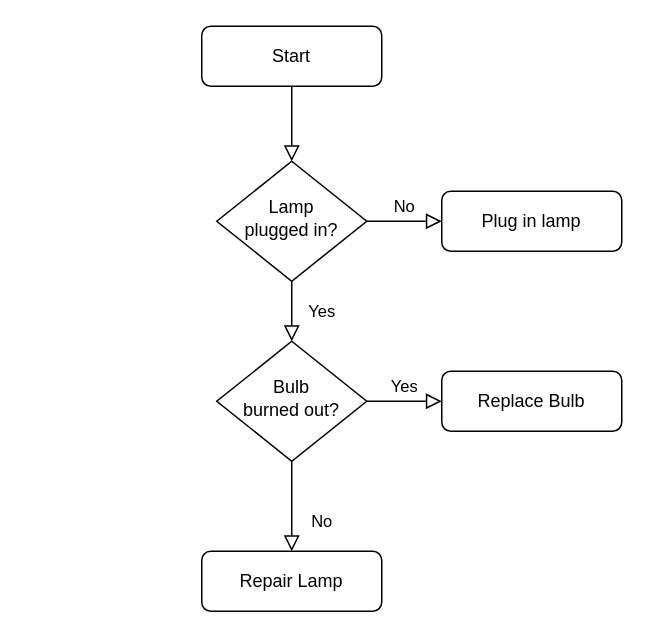
Earlier version of the draw.io diagram Biểu đồ không có tiêu đề.drawio (donguyenphu/Material_handling_robot). Source tidied: cells renumbered, new cells numbered last; positions are measured from the earlier drawing's top-left corner, leaving out a move shared by most shapes. Both pictures are drawn from the tidied source at 150%, with x=0, y=0 at pixel (201, 26).
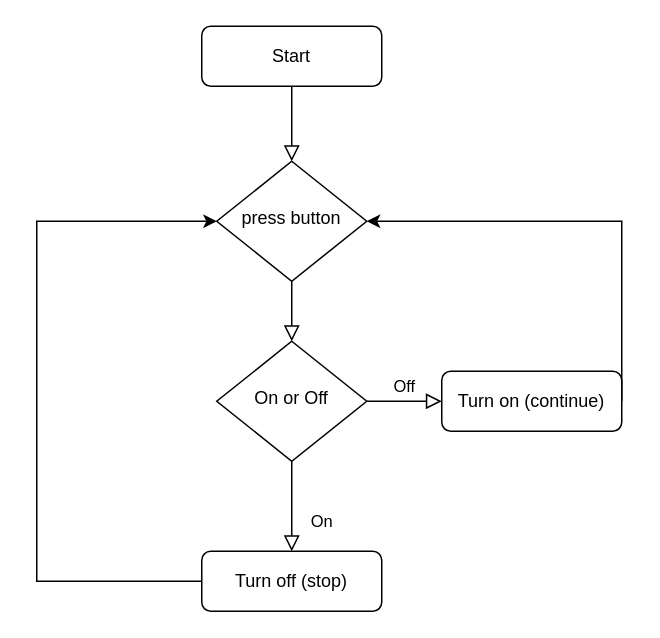
The same page after the edit.

Commit message:
Cập nhật Biểu đồ không có tiêu đề.drawio

What changed in the source:
```diff
@@
 <mxGraphModel>
   <root>
     <mxCell id="0" />
     <mxCell id="1" parent="0" />
     <mxCell id="2" style="rounded=0;html=1;jettySize=auto;fontSize=11;endArrow=block;endFill=0;endSize=8;strokeWidth=1;shadow=0;labelBackgroundColor=none;edgeStyle=orthogonalEdgeStyle;" parent="1" edge="1" source="3" target="6">
       <mxGeometry relative="1" as="geometry" />
     </mxCell>
     <mxCell id="3" value="Start" style="rounded=1;whiteSpace=wrap;html=1;fontSize=12;glass=0;strokeWidth=1;shadow=0;" parent="1" vertex="1">
       <mxGeometry width="120" height="40" as="geometry" />
     </mxCell>
-    <mxCell id="4" value="Yes" style="rounded=0;html=1;jettySize=auto;fontSize=11;endArrow=block;endFill=0;endSize=8;strokeWidth=1;shadow=0;labelBackgroundColor=none;edgeStyle=orthogonalEdgeStyle;" parent="1" edge="1" source="6" target="10">
+    <mxCell id="4" style="rounded=0;html=1;jettySize=auto;fontSize=11;endArrow=block;endFill=0;endSize=8;strokeWidth=1;shadow=0;labelBackgroundColor=none;edgeStyle=orthogonalEdgeStyle;" parent="1" edge="1" source="6" target="10">
       <mxGeometry y="20" relative="1" as="geometry" />
     </mxCell>
-    <mxCell id="5" value="No" style="edgeStyle=orthogonalEdgeStyle;rounded=0;html=1;jettySize=auto;fontSize=11;endArrow=block;endFill=0;endSize=8;strokeWidth=1;shadow=0;labelBackgroundColor=none;" parent="1" edge="1" source="6" target="7">
-      <mxGeometry y="10" relative="1" as="geometry" />
-    </mxCell>
-    <mxCell id="6" value="Lamp&lt;br&gt;plugged in?" style="rhombus;whiteSpace=wrap;html=1;shadow=0;fontFamily=Helvetica;fontSize=12;align=center;strokeWidth=1;spacing=6;spacingTop=-4;" parent="1" vertex="1">
+    <mxCell id="6" value="press button" style="rhombus;whiteSpace=wrap;html=1;shadow=0;fontFamily=Helvetica;fontSize=12;align=center;strokeWidth=1;spacing=6;spacingTop=-4;" parent="1" vertex="1">
       <mxGeometry x="10" y="90" width="100" height="80" as="geometry" />
     </mxCell>
-    <mxCell id="7" value="Plug in lamp" style="rounded=1;whiteSpace=wrap;html=1;fontSize=12;glass=0;strokeWidth=1;shadow=0;" parent="1" vertex="1">
-      <mxGeometry x="160" y="110" width="120" height="40" as="geometry" />
-    </mxCell>
-    <mxCell id="8" value="No" style="rounded=0;html=1;jettySize=auto;fontSize=11;endArrow=block;endFill=0;endSize=8;strokeWidth=1;shadow=0;labelBackgroundColor=none;edgeStyle=orthogonalEdgeStyle;" parent="1" edge="1" source="10" target="11">
+    <mxCell id="8" value="On" style="rounded=0;html=1;jettySize=auto;fontSize=11;endArrow=block;endFill=0;endSize=8;strokeWidth=1;shadow=0;labelBackgroundColor=none;edgeStyle=orthogonalEdgeStyle;" parent="1" edge="1" source="10" target="11">
       <mxGeometry x="0.33" y="20" relative="1" as="geometry" />
     </mxCell>
-    <mxCell id="9" value="Yes" style="edgeStyle=orthogonalEdgeStyle;rounded=0;html=1;jettySize=auto;fontSize=11;endArrow=block;endFill=0;endSize=8;strokeWidth=1;shadow=0;labelBackgroundColor=none;" parent="1" edge="1" source="10" target="12">
+    <mxCell id="9" value="Off" style="edgeStyle=orthogonalEdgeStyle;rounded=0;html=1;jettySize=auto;fontSize=11;endArrow=block;endFill=0;endSize=8;strokeWidth=1;shadow=0;labelBackgroundColor=none;" parent="1" edge="1" source="10" target="12">
       <mxGeometry y="10" relative="1" as="geometry" />
     </mxCell>
-    <mxCell id="10" value="Bulb&lt;br&gt;burned out?" style="rhombus;whiteSpace=wrap;html=1;shadow=0;fontFamily=Helvetica;fontSize=12;align=center;strokeWidth=1;spacing=6;spacingTop=-4;" parent="1" vertex="1">
+    <mxCell id="10" value="On or Off" style="rhombus;whiteSpace=wrap;html=1;shadow=0;fontFamily=Helvetica;fontSize=12;align=center;strokeWidth=1;spacing=6;spacingTop=-4;" parent="1" vertex="1">
       <mxGeometry x="10" y="210" width="100" height="80" as="geometry" />
     </mxCell>
-    <mxCell id="11" value="Repair Lamp" style="rounded=1;whiteSpace=wrap;html=1;fontSize=12;glass=0;strokeWidth=1;shadow=0;" parent="1" vertex="1">
+    <mxCell id="11" value="Turn off (stop)" style="rounded=1;whiteSpace=wrap;html=1;fontSize=12;glass=0;strokeWidth=1;shadow=0;" parent="1" vertex="1">
       <mxGeometry y="350" width="120" height="40" as="geometry" />
     </mxCell>
-    <mxCell id="12" value="Replace Bulb" style="rounded=1;whiteSpace=wrap;html=1;fontSize=12;glass=0;strokeWidth=1;shadow=0;" parent="1" vertex="1">
+    <mxCell id="12" value="Turn on (continue)" style="rounded=1;whiteSpace=wrap;html=1;fontSize=12;glass=0;strokeWidth=1;shadow=0;" parent="1" vertex="1">
       <mxGeometry x="160" y="230" width="120" height="40" as="geometry" />
     </mxCell>
+    <mxCell id="13" style="endArrow=classic;html=1;rounded=0;exitX=1;exitY=0.5;exitDx=0;exitDy=0;entryX=1;entryY=0.5;entryDx=0;entryDy=0;" parent="1" edge="1" source="12" target="6">
+      <mxGeometry relative="1" as="geometry">
+        <Array as="points">
+          <mxPoint x="280" y="130" />
+        </Array>
+      </mxGeometry>
+    </mxCell>
+    <mxCell id="14" style="endArrow=classic;html=1;rounded=0;exitX=0;exitY=0.5;exitDx=0;exitDy=0;entryX=0;entryY=0.5;entryDx=0;entryDy=0;" parent="1" edge="1" source="11" target="6">
+      <mxGeometry relative="1" as="geometry">
+        <Array as="points">
+          <mxPoint x="-110" y="370" />
+          <mxPoint x="-110" y="130" />
+        </Array>
+      </mxGeometry>
+    </mxCell>
   </root>
 </mxGraphModel>
```
